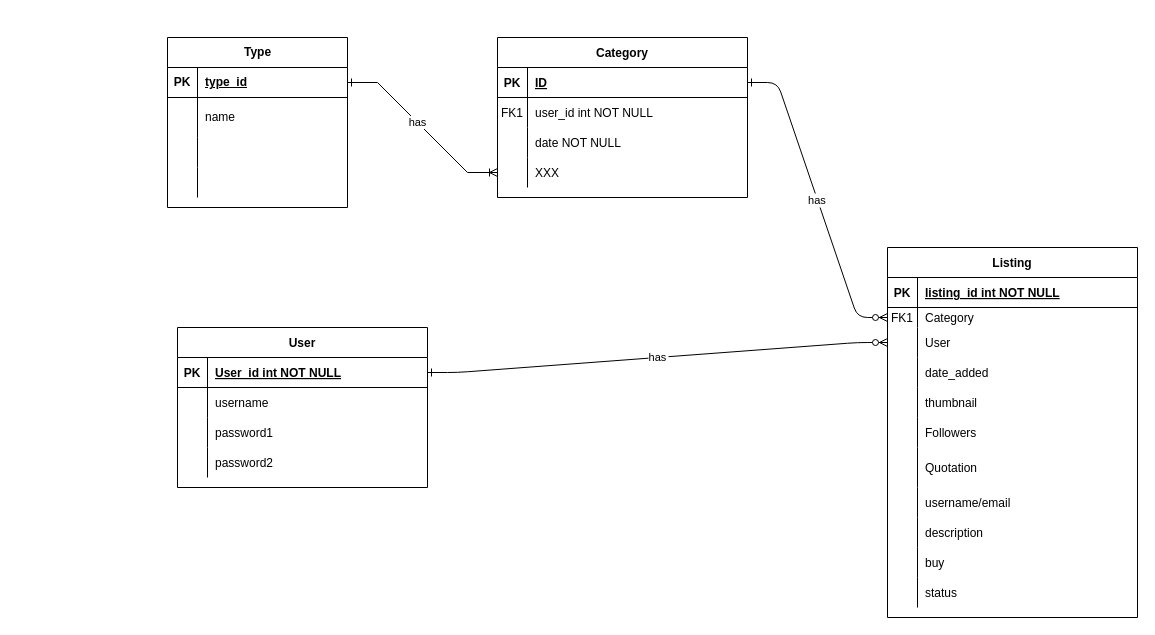
The draw.io diagram SocioBayERD.drawio in VinCoD/ERDs, before the edit. Source tidied: cells renumbered, new cells numbered last; positions are measured from the earlier drawing's top-left corner, leaving out a move shared by most shapes. Both pictures are drawn from the tidied source at 100%, with x=0, y=0 at pixel (167, 37).
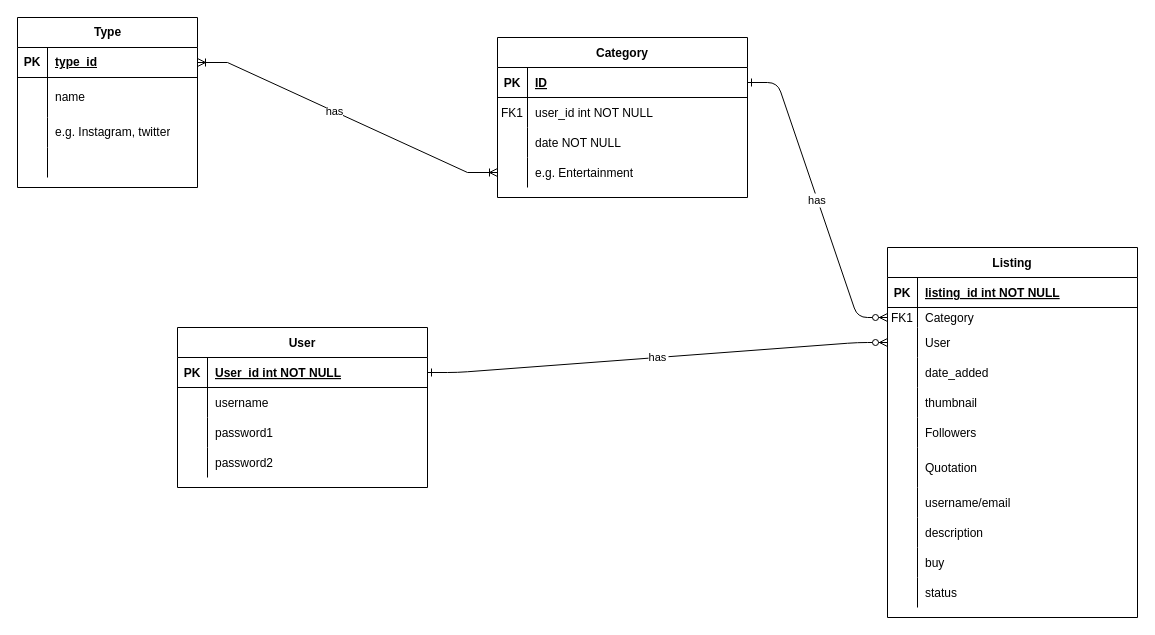
Above is the later version.

Unchanged cells that the change refers to:
```xml
<mxCell id="14" style="shape=partialRectangle;fillColor=none;points=[[0,0.5],[1,0.5]];portConstraint=eastwest;top=0;left=0;right=0;bottom=0;" parent="4" vertex="1">
  <mxGeometry y="120" width="250" height="30" as="geometry" />
</mxCell>
<mxCell id="65" style="shape=tableRow;horizontal=0;startSize=0;swimlaneHead=0;swimlaneBody=0;fillColor=none;points=[[0,0.5],[1,0.5]];portConstraint=eastwest;top=0;left=0;right=0;bottom=1;" parent="64" vertex="1">
  <mxGeometry y="30" width="180" height="30" as="geometry" />
</mxCell>
<mxCell id="71" style="shape=tableRow;horizontal=0;startSize=0;swimlaneHead=0;swimlaneBody=0;fillColor=none;top=0;left=0;right=0;bottom=0;" parent="64" vertex="1">
  <mxGeometry y="100" width="180" height="30" as="geometry" />
</mxCell>
```

Change to the diagram source:
```diff
@@
-    <mxCell id="16" value="XXX" style="shape=partialRectangle;overflow=hidden;fillColor=none;top=0;left=0;bottom=0;right=0;align=left;spacingLeft=6;" parent="14" vertex="1">
+    <mxCell id="16" value="e.g. Entertainment" style="shape=partialRectangle;overflow=hidden;fillColor=none;top=0;left=0;bottom=0;right=0;align=left;spacingLeft=6;" parent="14" vertex="1">
       <mxGeometry x="30" width="220" height="30" as="geometry" />
     </mxCell>
@@
     <mxCell id="64" value="Type" style="shape=table;startSize=30;childLayout=tableLayout;rowLines=0;fontStyle=1;align=center;html=1;" parent="1" vertex="1">
-      <mxGeometry width="180" height="170" as="geometry" />
+      <mxGeometry x="-150" y="-20" width="180" height="170" as="geometry" />
     </mxCell>
@@
-    <mxCell id="73" style="shape=partialRectangle;fillColor=none;top=0;left=0;bottom=0;right=0;align=left;spacingLeft=6;overflow=hidden;whiteSpace=wrap;html=1;" parent="71" vertex="1">
+    <mxCell id="73" value="e.g. Instagram, twitter" style="shape=partialRectangle;fillColor=none;top=0;left=0;bottom=0;right=0;align=left;spacingLeft=6;overflow=hidden;whiteSpace=wrap;html=1;" parent="71" vertex="1">
       <mxGeometry x="30" width="150" height="30" as="geometry" />
     </mxCell>
@@
-    <mxCell id="77" style="edgeStyle=entityRelationEdgeStyle;fontSize=12;html=1;endArrow=ERone;startArrow=ERoneToMany;rounded=0;exitX=0;exitY=0.5;exitDx=0;exitDy=0;startFill=0;endFill=0;" parent="1" edge="1" source="14" target="65">
+    <mxCell id="77" style="edgeStyle=entityRelationEdgeStyle;fontSize=12;html=1;endArrow=ERoneToMany;startArrow=ERoneToMany;rounded=0;exitX=0;exitY=0.5;exitDx=0;exitDy=0;startFill=0;endFill=0;" parent="1" edge="1" source="14" target="65">
       <mxGeometry relative="1" as="geometry" />
     </mxCell>
```
